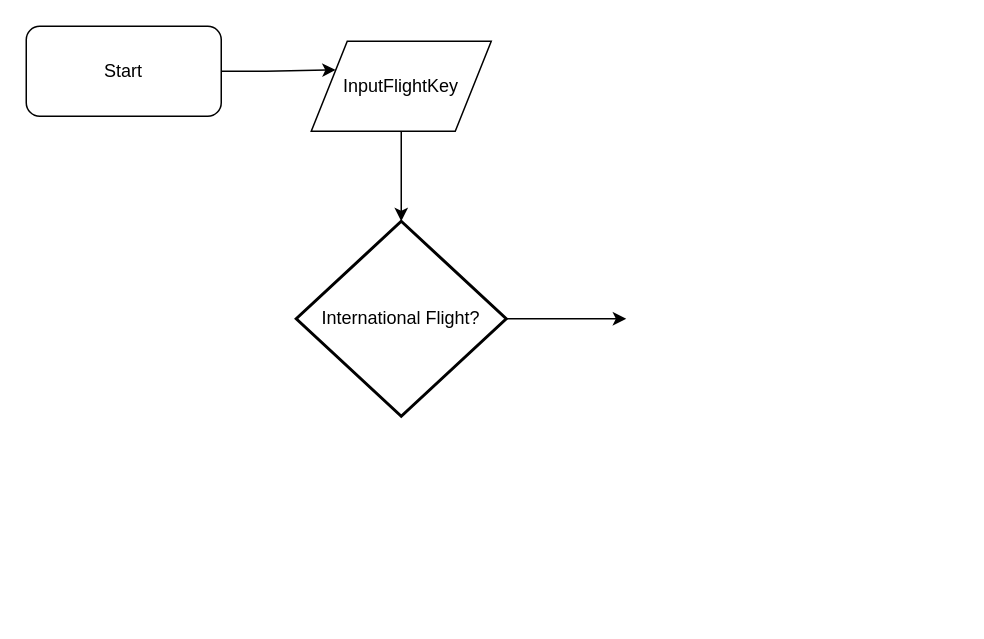
Earlier version of the draw.io diagram Untitled Diagram.drawio (uday1982c/HelloWorld). Source tidied: cells renumbered, new cells numbered last; positions are measured from the earlier drawing's top-left corner, leaving out a move shared by most shapes. Both pictures are drawn from the tidied source at 150%, with x=0, y=0 at pixel (26, 26).
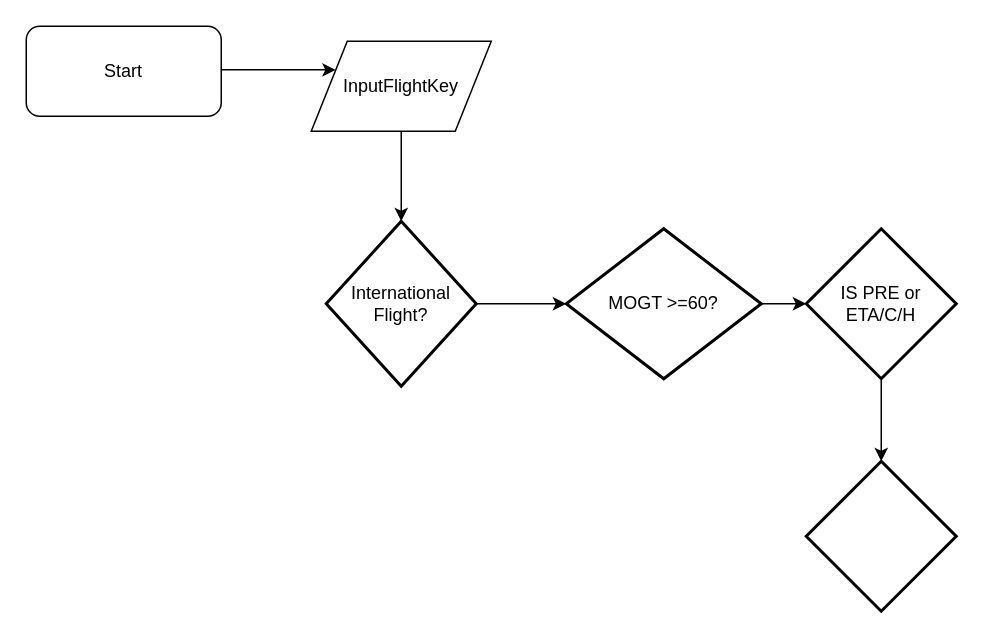
Above is the later version.

The edit, as a diff of the source:
```diff
@@
 <mxGraphModel>
   <root>
     <mxCell id="0" />
     <mxCell id="1" parent="0" />
     <mxCell id="2" style="edgeStyle=orthogonalEdgeStyle;rounded=0;jettySize=auto;html=1;entryX=0;entryY=0.25;entryDx=0;entryDy=0;" parent="1" edge="1" source="3" target="6">
-      <mxGeometry relative="1" as="geometry" />
+      <mxGeometry relative="1" as="geometry">
+        <Array as="points">
+          <mxPoint x="150" y="29" />
+          <mxPoint x="150" y="29" />
+        </Array>
+      </mxGeometry>
     </mxCell>
     <mxCell id="3" value="Start" style="rounded=1;whiteSpace=wrap;html=1;" parent="1" vertex="1">
       <mxGeometry width="130" height="60" as="geometry" />
     </mxCell>
     <mxCell id="4" style="edgeStyle=orthogonalEdgeStyle;rounded=0;orthogonalLoop=1;jettySize=auto;html=1;exitX=0.5;exitY=0;exitDx=0;exitDy=0;entryX=0.5;entryY=0;entryDx=0;entryDy=0;" parent="1" edge="1" source="6" target="6">
       <mxGeometry relative="1" as="geometry" />
     </mxCell>
     <mxCell id="5" style="edgeStyle=orthogonalEdgeStyle;rounded=0;jettySize=auto;html=1;" parent="1" edge="1" source="6">
       <mxGeometry relative="1" as="geometry">
         <mxPoint x="250" y="130" as="targetPoint" />
       </mxGeometry>
     </mxCell>
     <mxCell id="6" value="InputFlightKey" style="shape=parallelogram;perimeter=parallelogramPerimeter;whiteSpace=wrap;html=1;" parent="1" vertex="1">
       <mxGeometry x="190" y="10" width="120" height="60" as="geometry" />
     </mxCell>
     <mxCell id="7" style="edgeStyle=orthogonalEdgeStyle;rounded=0;jettySize=auto;html=1;exitX=1;exitY=0.5;exitDx=0;exitDy=0;exitPerimeter=0;" parent="1" edge="1" source="8">
       <mxGeometry relative="1" as="geometry">
-        <mxPoint x="400" y="195" as="targetPoint" />
+        <mxPoint x="360" y="185" as="targetPoint" />
+        <Array as="points">
+          <mxPoint x="350" y="185" />
+          <mxPoint x="350" y="185" />
+        </Array>
       </mxGeometry>
     </mxCell>
     <mxCell id="8" value="International Flight?" style="strokeWidth=2;html=1;shape=mxgraph.flowchart.decision;whiteSpace=wrap;" parent="1" vertex="1">
-      <mxGeometry x="180" y="130" width="140" height="130" as="geometry" />
+      <mxGeometry x="200" y="130" width="100" height="110" as="geometry" />
     </mxCell>
+    <mxCell id="9" style="edgeStyle=orthogonalEdgeStyle;rounded=0;jettySize=auto;html=1;" parent="1" edge="1" source="10" target="12">
+      <mxGeometry relative="1" as="geometry" />
+    </mxCell>
+    <mxCell id="10" value="MOGT &amp;gt;=60?" style="strokeWidth=2;html=1;shape=mxgraph.flowchart.decision;whiteSpace=wrap;" parent="1" vertex="1">
+      <mxGeometry x="360" y="135" width="130" height="100" as="geometry" />
+    </mxCell>
+    <mxCell id="11" style="edgeStyle=orthogonalEdgeStyle;rounded=0;jettySize=auto;html=1;" parent="1" edge="1" source="12">
+      <mxGeometry relative="1" as="geometry">
+        <mxPoint x="570" y="290" as="targetPoint" />
+      </mxGeometry>
+    </mxCell>
+    <mxCell id="12" value="IS PRE or ETA/C/H" style="strokeWidth=2;html=1;shape=mxgraph.flowchart.decision;whiteSpace=wrap;" parent="1" vertex="1">
+      <mxGeometry x="520" y="135" width="100" height="100" as="geometry" />
+    </mxCell>
+    <mxCell id="13" style="strokeWidth=2;html=1;shape=mxgraph.flowchart.decision;whiteSpace=wrap;" parent="1" vertex="1">
+      <mxGeometry x="520" y="290" width="100" height="100" as="geometry" />
+    </mxCell>
   </root>
 </mxGraphModel>
```
